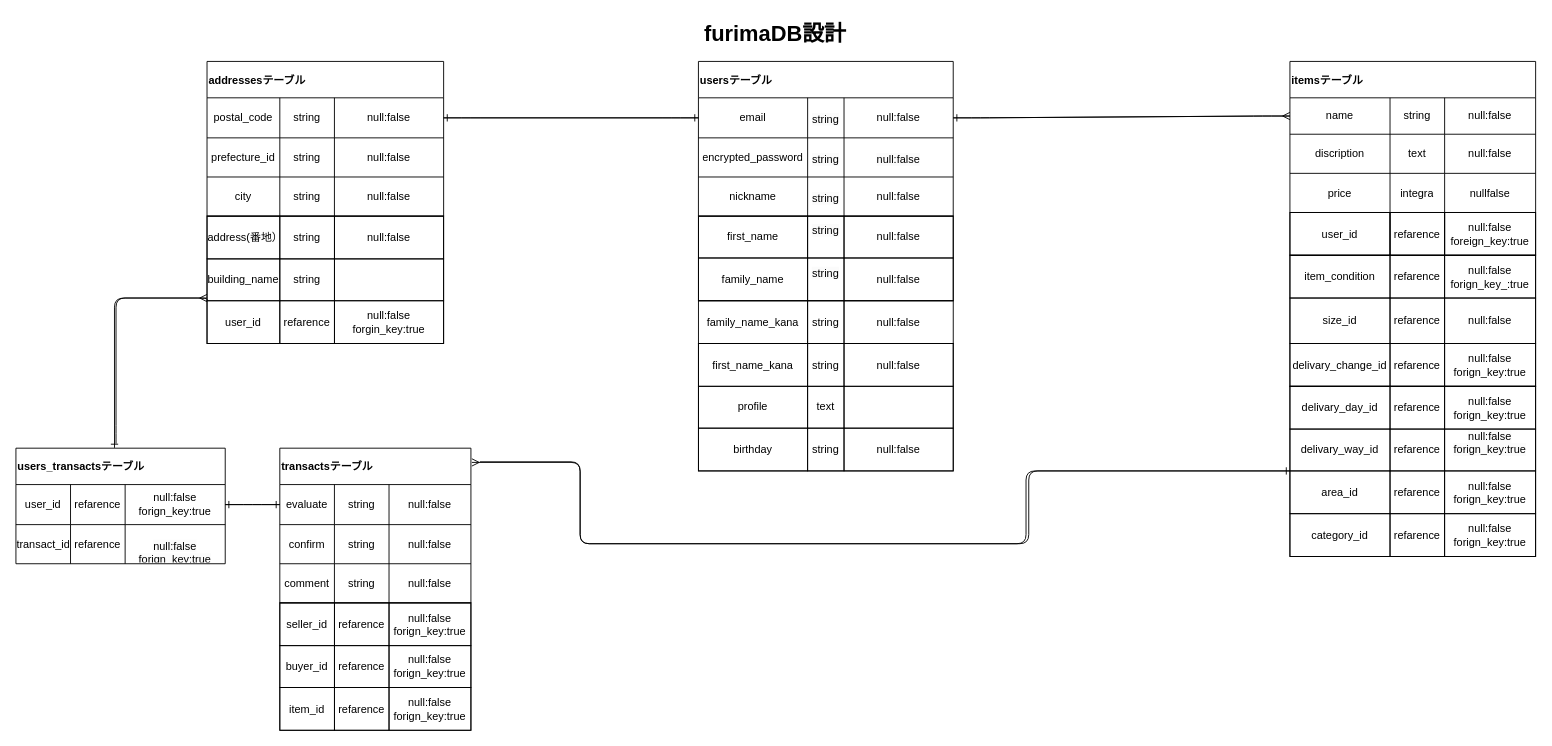
Earlier version of the draw.io diagram test.dio (hiro1090/furima-40159). Source tidied: cells renumbered, new cells numbered last; positions are measured from the earlier drawing's top-left corner, leaving out a move shared by most shapes. Both pictures are drawn from the tidied source at 91%, with x=0, y=0 at pixel (15, 15).
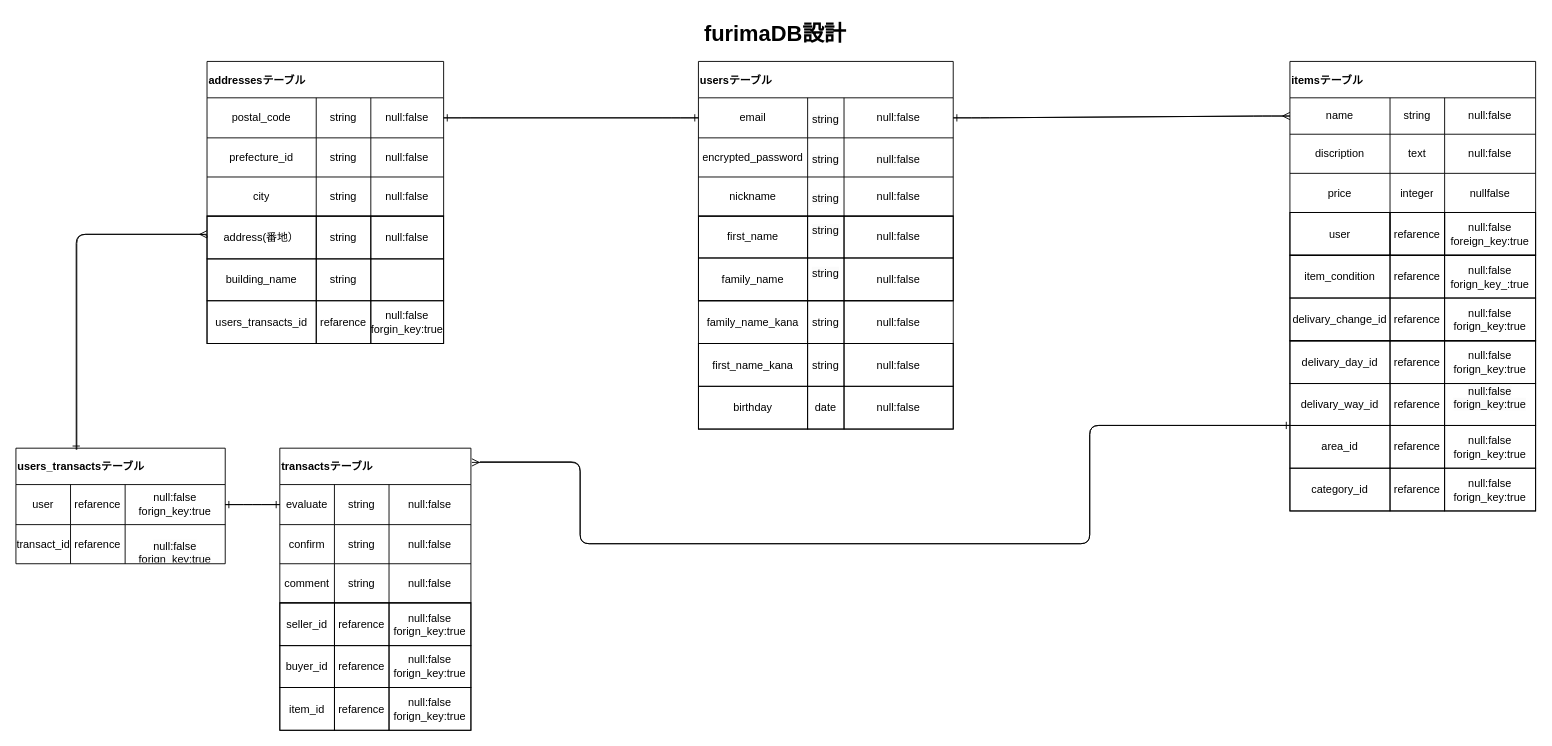
The same diagram, later.

Commit message (it also covers changes not shown here):
ER図、READMEの修正2

The change refers to these unchanged cells:
```xml
<mxCell id="34" style="shape=tableRow;horizontal=0;startSize=0;swimlaneHead=0;swimlaneBody=0;top=0;left=0;bottom=0;right=0;fillColor=none;" parent="25" vertex="1">
  <mxGeometry y="123" width="270" height="43" as="geometry" />
</mxCell>
<mxCell id="38" style="shape=tableRow;horizontal=0;startSize=0;swimlaneHead=0;swimlaneBody=0;top=0;left=0;bottom=0;right=0;fontStyle=0;fillColor=none;strokeColor=inherit;sketch=0;strokeWidth=1;" parent="25" vertex="1">
  <mxGeometry y="166" width="270" height="47" as="geometry" />
</mxCell>
<mxCell id="43" style="shape=tableRow;horizontal=0;startSize=0;swimlaneHead=0;swimlaneBody=0;top=0;left=0;bottom=0;right=0;fillColor=none;points=[[0,0.5],[1,0.5]];portConstraint=eastwest;" parent="42" vertex="1">
  <mxGeometry y="40" width="260" height="44" as="geometry" />
</mxCell>
<mxCell id="47" style="shape=tableRow;horizontal=0;startSize=0;swimlaneHead=0;swimlaneBody=0;top=0;left=0;bottom=0;right=0;fillColor=none;" parent="42" vertex="1">
  <mxGeometry y="84" width="260" height="43" as="geometry" />
</mxCell>
<mxCell id="51" style="shape=tableRow;horizontal=0;startSize=0;swimlaneHead=0;swimlaneBody=0;top=0;left=0;bottom=0;right=0;fillColor=none;" parent="42" vertex="1">
  <mxGeometry y="127" width="260" height="43" as="geometry" />
</mxCell>
<mxCell id="56" style="shape=tableRow;horizontal=0;startSize=0;swimlaneHead=0;swimlaneBody=0;top=0;left=0;bottom=0;right=0;fontStyle=0;fillColor=none;strokeColor=inherit;sketch=0;strokeWidth=1;" parent="55" vertex="1">
  <mxGeometry width="260" height="47" as="geometry" />
</mxCell>
<mxCell id="60" style="shape=tableRow;horizontal=0;startSize=0;swimlaneHead=0;swimlaneBody=0;top=0;left=0;bottom=0;right=0;fontStyle=0;fillColor=none;strokeColor=inherit;sketch=0;strokeWidth=1;" parent="55" vertex="1">
  <mxGeometry y="47" width="260" height="46" as="geometry" />
</mxCell>
<mxCell id="64" style="shape=tableRow;horizontal=0;startSize=0;swimlaneHead=0;swimlaneBody=0;top=0;left=0;bottom=0;right=0;fontStyle=0;fillColor=none;strokeColor=inherit;sketch=0;strokeWidth=1;" parent="55" vertex="1">
  <mxGeometry y="93" width="260" height="47" as="geometry" />
</mxCell>
<mxCell id="73" value="transactsテーブル" style="shape=table;startSize=40;childLayout=tableLayout;fontStyle=1;align=left;swimlaneFillColor=none;" parent="1" vertex="1">
  <mxGeometry x="290" y="475" width="210" height="170" as="geometry" />
</mxCell>
<mxCell id="104" style="shape=tableRow;horizontal=0;startSize=0;swimlaneHead=0;swimlaneBody=0;top=0;left=0;bottom=0;right=0;fontStyle=0;fillColor=none;strokeColor=inherit;sketch=0;strokeWidth=1;" parent="99" vertex="1">
  <mxGeometry y="47" width="270" height="46" as="geometry" />
</mxCell>
<mxCell id="108" style="shape=tableRow;horizontal=0;startSize=0;swimlaneHead=0;swimlaneBody=0;top=0;left=0;bottom=0;right=0;fontStyle=0;fillColor=none;strokeColor=inherit;sketch=0;strokeWidth=1;" parent="99" vertex="1">
  <mxGeometry y="93" width="270" height="47" as="geometry" />
</mxCell>
<mxCell id="145" value="users_transactsテーブル" style="shape=table;startSize=40;childLayout=tableLayout;fontStyle=1;align=left;swimlaneFillColor=none;" parent="1" vertex="1">
  <mxGeometry y="475" width="230" height="127" as="geometry" />
</mxCell>
<mxCell id="146" style="shape=tableRow;horizontal=0;startSize=0;swimlaneHead=0;swimlaneBody=0;top=0;left=0;bottom=0;right=0;fillColor=none;points=[[0,0.5],[1,0.5]];portConstraint=eastwest;" parent="145" vertex="1">
  <mxGeometry y="40" width="230" height="44" as="geometry" />
</mxCell>
```

The edit, as a diff of the source:
```diff
@@
-    <mxCell id="36" value="integra" style="shape=partialRectangle;html=1;whiteSpace=wrap;fillColor=none;top=0;left=0;bottom=0;right=0;overflow=hidden;" parent="34" vertex="1">
+    <mxCell id="36" value="integer" style="shape=partialRectangle;html=1;whiteSpace=wrap;fillColor=none;top=0;left=0;bottom=0;right=0;overflow=hidden;" parent="34" vertex="1">
       <mxGeometry x="110" width="60" height="43" as="geometry" />
     </mxCell>
@@
-    <mxCell id="39" value="user_id" style="strokeColor=inherit;fillColor=none;align=center;whiteSpace=wrap;html=1;sketch=0;strokeWidth=1;" parent="38" vertex="1">
+    <mxCell id="39" value="user" style="strokeColor=inherit;fillColor=none;align=center;whiteSpace=wrap;html=1;sketch=0;strokeWidth=1;" parent="38" vertex="1">
       <mxGeometry width="110" height="47" as="geometry" />
     </mxCell>
@@
     <mxCell id="44" value="postal_code" style="shape=partialRectangle;html=1;whiteSpace=wrap;fillColor=none;top=0;left=0;bottom=0;right=0;overflow=hidden;" parent="43" vertex="1">
-      <mxGeometry width="80" height="44" as="geometry" />
+      <mxGeometry width="120" height="44" as="geometry" />
     </mxCell>
     <mxCell id="45" value="string" style="shape=partialRectangle;html=1;whiteSpace=wrap;fillColor=none;top=0;left=0;bottom=0;right=0;overflow=hidden;" parent="43" vertex="1">
-      <mxGeometry x="80" width="60" height="44" as="geometry" />
+      <mxGeometry x="120" width="60" height="44" as="geometry" />
     </mxCell>
     <mxCell id="46" value="null:false" style="shape=partialRectangle;html=1;whiteSpace=wrap;fillColor=none;top=0;left=0;bottom=0;right=0;overflow=hidden;" parent="43" vertex="1">
-      <mxGeometry x="140" width="120" height="44" as="geometry" />
+      <mxGeometry x="180" width="80" height="44" as="geometry" />
     </mxCell>
@@
     <mxCell id="48" value="prefecture_id" style="shape=partialRectangle;html=1;whiteSpace=wrap;fillColor=none;top=0;left=0;bottom=0;right=0;overflow=hidden;" parent="47" vertex="1">
-      <mxGeometry width="80" height="43" as="geometry" />
+      <mxGeometry width="120" height="43" as="geometry" />
     </mxCell>
     <mxCell id="49" value="string" style="shape=partialRectangle;html=1;whiteSpace=wrap;fillColor=none;top=0;left=0;bottom=0;right=0;overflow=hidden;" parent="47" vertex="1">
-      <mxGeometry x="80" width="60" height="43" as="geometry" />
+      <mxGeometry x="120" width="60" height="43" as="geometry" />
     </mxCell>
     <mxCell id="50" value="null:false" style="shape=partialRectangle;html=1;whiteSpace=wrap;fillColor=none;top=0;left=0;bottom=0;right=0;overflow=hidden;" parent="47" vertex="1">
-      <mxGeometry x="140" width="120" height="43" as="geometry" />
+      <mxGeometry x="180" width="80" height="43" as="geometry" />
     </mxCell>
@@
     <mxCell id="52" value="city" style="shape=partialRectangle;html=1;whiteSpace=wrap;fillColor=none;top=0;left=0;bottom=0;right=0;overflow=hidden;" parent="51" vertex="1">
-      <mxGeometry width="80" height="43" as="geometry" />
+      <mxGeometry width="120" height="43" as="geometry" />
     </mxCell>
     <mxCell id="53" value="string" style="shape=partialRectangle;html=1;whiteSpace=wrap;fillColor=none;top=0;left=0;bottom=0;right=0;overflow=hidden;" parent="51" vertex="1">
-      <mxGeometry x="80" width="60" height="43" as="geometry" />
+      <mxGeometry x="120" width="60" height="43" as="geometry" />
     </mxCell>
     <mxCell id="54" value="null:false" style="shape=partialRectangle;html=1;whiteSpace=wrap;fillColor=none;top=0;left=0;bottom=0;right=0;overflow=hidden;" parent="51" vertex="1">
-      <mxGeometry x="140" width="120" height="43" as="geometry" />
+      <mxGeometry x="180" width="80" height="43" as="geometry" />
     </mxCell>
@@
     <mxCell id="57" value="address(番地）" style="strokeColor=inherit;fillColor=none;align=center;whiteSpace=wrap;html=1;sketch=0;strokeWidth=1;" parent="56" vertex="1">
-      <mxGeometry width="80" height="47" as="geometry" />
+      <mxGeometry width="120" height="47" as="geometry" />
     </mxCell>
     <mxCell id="58" value="string" style="strokeColor=inherit;fillColor=none;align=center;whiteSpace=wrap;html=1;sketch=0;strokeWidth=1;" parent="56" vertex="1">
-      <mxGeometry x="80" width="60" height="47" as="geometry" />
+      <mxGeometry x="120" width="60" height="47" as="geometry" />
     </mxCell>
     <mxCell id="59" value="null:false" style="strokeColor=inherit;fillColor=none;align=center;whiteSpace=wrap;html=1;sketch=0;strokeWidth=1;" parent="56" vertex="1">
-      <mxGeometry x="140" width="120" height="47" as="geometry" />
+      <mxGeometry x="180" width="80" height="47" as="geometry" />
     </mxCell>
@@
     <mxCell id="61" value="building_name" style="strokeColor=inherit;fillColor=none;align=center;whiteSpace=wrap;html=1;sketch=0;strokeWidth=1;" parent="60" vertex="1">
-      <mxGeometry width="80" height="46" as="geometry" />
+      <mxGeometry width="120" height="46" as="geometry" />
     </mxCell>
     <mxCell id="62" value="string" style="strokeColor=inherit;fillColor=none;align=center;whiteSpace=wrap;html=1;sketch=0;strokeWidth=1;" parent="60" vertex="1">
-      <mxGeometry x="80" width="60" height="46" as="geometry" />
+      <mxGeometry x="120" width="60" height="46" as="geometry" />
     </mxCell>
     <mxCell id="63" style="strokeColor=inherit;fillColor=none;align=center;whiteSpace=wrap;html=1;sketch=0;strokeWidth=1;" parent="60" vertex="1">
-      <mxGeometry x="140" width="120" height="46" as="geometry" />
+      <mxGeometry x="180" width="80" height="46" as="geometry" />
     </mxCell>
@@
-    <mxCell id="65" value="user_id" style="strokeColor=inherit;fillColor=none;align=center;whiteSpace=wrap;html=1;sketch=0;strokeWidth=1;" parent="64" vertex="1">
-      <mxGeometry width="80" height="47" as="geometry" />
+    <mxCell id="65" value="users_transacts_id" style="strokeColor=inherit;fillColor=none;align=center;whiteSpace=wrap;html=1;sketch=0;strokeWidth=1;" parent="64" vertex="1">
+      <mxGeometry width="120" height="47" as="geometry" />
     </mxCell>
     <mxCell id="66" value="refarence" style="strokeColor=inherit;fillColor=none;align=center;whiteSpace=wrap;html=1;sketch=0;strokeWidth=1;" parent="64" vertex="1">
-      <mxGeometry x="80" width="60" height="47" as="geometry" />
+      <mxGeometry x="120" width="60" height="47" as="geometry" />
     </mxCell>
     <mxCell id="67" value="null:false&lt;br&gt;forgin_key:true" style="strokeColor=inherit;fillColor=none;align=center;whiteSpace=wrap;html=1;sketch=0;strokeWidth=1;" parent="64" vertex="1">
-      <mxGeometry x="140" width="120" height="47" as="geometry" />
+      <mxGeometry x="180" width="80" height="47" as="geometry" />
     </mxCell>
@@
     <mxCell id="86" style="childLayout=tableLayout;shadow=0;fillColor=none;sketch=0;strokeColor=default;strokeWidth=1;" parent="1" vertex="1">
-      <mxGeometry x="1400" y="263" width="270" height="144" as="geometry" />
+      <mxGeometry x="1400" y="263" width="270" height="94" as="geometry" />
     </mxCell>
@@
-    <mxCell id="91" style="shape=tableRow;horizontal=0;startSize=0;swimlaneHead=0;swimlaneBody=0;top=0;left=0;bottom=0;right=0;fontStyle=0;fillColor=none;strokeColor=inherit;sketch=0;strokeWidth=1;" parent="86" vertex="1">
-      <mxGeometry y="47" width="270" height="50" as="geometry" />
-    </mxCell>
-    <mxCell id="92" value="size_id" style="strokeColor=inherit;fillColor=none;align=center;whiteSpace=wrap;html=1;sketch=0;strokeWidth=1;" parent="91" vertex="1">
-      <mxGeometry width="110" height="50" as="geometry" />
-    </mxCell>
-    <mxCell id="93" value="refarence" style="strokeColor=inherit;fillColor=none;align=center;whiteSpace=wrap;html=1;sketch=0;strokeWidth=1;" parent="91" vertex="1">
-      <mxGeometry x="110" width="60" height="50" as="geometry" />
-    </mxCell>
-    <mxCell id="94" value="null:false" style="strokeColor=inherit;fillColor=none;align=center;whiteSpace=wrap;html=1;sketch=0;strokeWidth=1;" parent="91" vertex="1">
-      <mxGeometry x="170" width="100" height="50" as="geometry" />
-    </mxCell>
     <mxCell id="95" style="shape=tableRow;horizontal=0;startSize=0;swimlaneHead=0;swimlaneBody=0;top=0;left=0;bottom=0;right=0;fontStyle=0;fillColor=none;strokeColor=inherit;sketch=0;strokeWidth=1;" parent="86" vertex="1">
-      <mxGeometry y="97" width="270" height="47" as="geometry" />
+      <mxGeometry y="47" width="270" height="47" as="geometry" />
     </mxCell>
@@
     <mxCell id="99" style="childLayout=tableLayout;shadow=0;fillColor=none;sketch=0;strokeColor=default;strokeWidth=1;" parent="1" vertex="1">
-      <mxGeometry x="1400" y="407" width="270" height="187" as="geometry" />
+      <mxGeometry x="1400" y="357" width="270" height="187" as="geometry" />
     </mxCell>
@@
     <mxCell id="116" style="childLayout=tableLayout;shadow=0;fillColor=none;sketch=0;strokeColor=default;strokeWidth=1;" parent="1" vertex="1">
-      <mxGeometry x="750" y="360" width="280" height="140" as="geometry" />
+      <mxGeometry x="750" y="360" width="280" height="94" as="geometry" />
     </mxCell>
@@
-    <mxCell id="121" style="shape=tableRow;horizontal=0;startSize=0;swimlaneHead=0;swimlaneBody=0;top=0;left=0;bottom=0;right=0;fontStyle=0;fillColor=none;strokeColor=inherit;sketch=0;strokeWidth=1;" parent="116" vertex="1">
-      <mxGeometry y="47" width="280" height="46" as="geometry" />
-    </mxCell>
-    <mxCell id="122" value="profile" style="strokeColor=inherit;fillColor=none;align=center;whiteSpace=wrap;html=1;sketch=0;strokeWidth=1;" parent="121" vertex="1">
-      <mxGeometry width="120" height="46" as="geometry" />
-    </mxCell>
-    <mxCell id="123" value="text" style="strokeColor=inherit;fillColor=none;align=center;whiteSpace=wrap;html=1;sketch=0;strokeWidth=1;" parent="121" vertex="1">
-      <mxGeometry x="120" width="40" height="46" as="geometry" />
-    </mxCell>
-    <mxCell id="124" style="strokeColor=inherit;fillColor=none;align=center;whiteSpace=wrap;html=1;sketch=0;strokeWidth=1;" parent="121" vertex="1">
-      <mxGeometry x="160" width="120" height="46" as="geometry" />
-    </mxCell>
     <mxCell id="125" style="shape=tableRow;horizontal=0;startSize=0;swimlaneHead=0;swimlaneBody=0;top=0;left=0;bottom=0;right=0;fontStyle=0;fillColor=none;strokeColor=inherit;sketch=0;strokeWidth=1;" parent="116" vertex="1">
-      <mxGeometry y="93" width="280" height="47" as="geometry" />
+      <mxGeometry y="47" width="280" height="47" as="geometry" />
     </mxCell>
@@
-    <mxCell id="127" value="string" style="strokeColor=inherit;fillColor=none;align=center;whiteSpace=wrap;html=1;sketch=0;strokeWidth=1;" parent="125" vertex="1">
+    <mxCell id="127" value="date" style="strokeColor=inherit;fillColor=none;align=center;whiteSpace=wrap;html=1;sketch=0;strokeWidth=1;" parent="125" vertex="1">
       <mxGeometry x="120" width="40" height="47" as="geometry" />
     </mxCell>
@@
-    <mxCell id="147" value="user_id" style="shape=partialRectangle;html=1;whiteSpace=wrap;fillColor=none;top=0;left=0;bottom=0;right=0;overflow=hidden;" parent="146" vertex="1">
+    <mxCell id="147" value="user" style="shape=partialRectangle;html=1;whiteSpace=wrap;fillColor=none;top=0;left=0;bottom=0;right=0;overflow=hidden;" parent="146" vertex="1">
       <mxGeometry width="60" height="44" as="geometry" />
     </mxCell>
@@
     <mxCell id="156" style="edgeStyle=orthogonalEdgeStyle;fontSize=12;html=1;endArrow=ERmany;entryX=1.005;entryY=0.092;entryDx=0;entryDy=0;entryPerimeter=0;exitX=0;exitY=1;exitDx=0;exitDy=0;" parent="1" edge="1" source="104" target="73">
       <mxGeometry relative="1" as="geometry">
         <Array as="points">
-          <mxPoint x="1113" y="500" />
-          <mxPoint x="1113" y="580" />
+          <mxPoint x="1180" y="450" />
+          <mxPoint x="1180" y="580" />
           <mxPoint x="620" y="580" />
           <mxPoint x="620" y="491" />
         </Array>
       </mxGeometry>
     </mxCell>
     <mxCell id="157" style="edgeStyle=orthogonalEdgeStyle;fontSize=12;html=1;endArrow=ERone;endFill=1;entryX=0;entryY=0;entryDx=0;entryDy=0;" parent="1" edge="1" target="108">
       <mxGeometry relative="1" as="geometry">
         <mxPoint x="510" y="490" as="sourcePoint" />
         <Array as="points">
           <mxPoint x="620" y="490" />
           <mxPoint x="620" y="580" />
-          <mxPoint x="1110" y="580" />
-          <mxPoint x="1110" y="500" />
+          <mxPoint x="1180" y="580" />
+          <mxPoint x="1180" y="450" />
         </Array>
       </mxGeometry>
     </mxCell>
-    <mxCell id="158" style="edgeStyle=orthogonalEdgeStyle;fontSize=12;html=1;endArrow=ERone;endFill=1;entryX=0.471;entryY=-0.003;entryDx=0;entryDy=0;entryPerimeter=0;exitX=0;exitY=1;exitDx=0;exitDy=0;" parent="1" edge="1" source="60" target="145">
-      <mxGeometry relative="1" as="geometry">
-        <Array as="points">
-          <mxPoint x="210" y="310" />
-          <mxPoint x="108" y="310" />
-        </Array>
-      </mxGeometry>
-    </mxCell>
-    <mxCell id="159" style="edgeStyle=orthogonalEdgeStyle;fontSize=12;html=1;endArrow=ERmany;" parent="1" edge="1">
-      <mxGeometry relative="1" as="geometry">
-        <mxPoint x="110" y="470" as="sourcePoint" />
-        <mxPoint x="210" y="310" as="targetPoint" />
-        <Array as="points">
-          <mxPoint x="110" y="460" />
-          <mxPoint x="110" y="310" />
-        </Array>
-      </mxGeometry>
-    </mxCell>
+    <mxCell id="160" style="edgeStyle=orthogonalEdgeStyle;fontSize=12;html=1;endArrow=ERone;endFill=1;entryX=0.288;entryY=0.013;entryDx=0;entryDy=0;entryPerimeter=0;exitX=0;exitY=0.5;exitDx=0;exitDy=0;" parent="1" edge="1" source="56" target="145">
+      <mxGeometry relative="1" as="geometry">
+        <Array as="points">
+          <mxPoint x="210" y="240" />
+          <mxPoint x="66" y="240" />
+        </Array>
+      </mxGeometry>
+    </mxCell>
+    <mxCell id="161" style="edgeStyle=orthogonalEdgeStyle;fontSize=12;html=1;endArrow=ERmany;exitX=0.291;exitY=0.013;exitDx=0;exitDy=0;exitPerimeter=0;" parent="1" edge="1" source="145" target="56">
+      <mxGeometry relative="1" as="geometry">
+        <Array as="points">
+          <mxPoint x="67" y="240" />
+        </Array>
+      </mxGeometry>
+    </mxCell>
```
